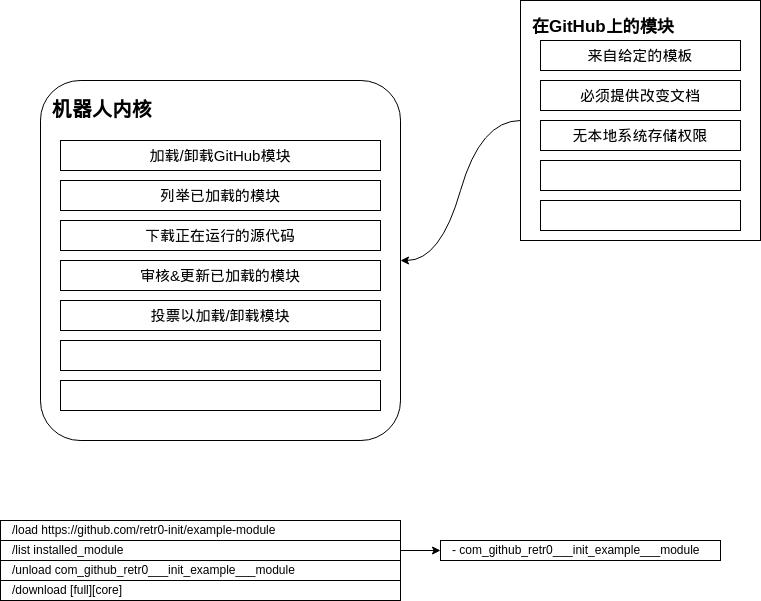
Above: discord-bot-framework.drawio.png in retr0-init/discord-bot-framework-doc (draw.io), before the change. Source tidied: cells renumbered, new cells last; positions are measured from the earlier drawing's top-left corner, leaving out a move shared by most shapes. Its diagram source:
```xml
<mxGraphModel>
  <root>
    <mxCell id="0" />
    <mxCell id="1" parent="0" />
    <mxCell id="2" value="&lt;div style=&quot;font-size: 20px;&quot;&gt;机器人内核&lt;/div&gt;" style="rounded=1;whiteSpace=wrap;html=1;align=left;verticalAlign=top;spacingLeft=10;spacingTop=10;fontSize=20;fontStyle=1;arcSize=11;" parent="1" vertex="1">
      <mxGeometry x="40" y="80" width="360" height="360" as="geometry" />
    </mxCell>
    <mxCell id="3" value="在GitHub上的模块" style="whiteSpace=wrap;html=1;align=left;verticalAlign=top;spacingLeft=10;spacingTop=10;fontSize=17;fontStyle=1;" parent="1" vertex="1">
      <mxGeometry x="520" width="240" height="240" as="geometry" />
    </mxCell>
    <mxCell id="4" value="加载/卸载GitHub模块" style="rounded=0;whiteSpace=wrap;html=1;fontSize=15;" parent="1" vertex="1">
      <mxGeometry x="60" y="140" width="320" height="30" as="geometry" />
    </mxCell>
    <mxCell id="5" value="列举已加载的模块" style="rounded=0;whiteSpace=wrap;html=1;fontSize=15;" parent="1" vertex="1">
      <mxGeometry x="60" y="180" width="320" height="30" as="geometry" />
    </mxCell>
    <mxCell id="6" value="审核&amp;amp;更新已加载的模块" style="rounded=0;whiteSpace=wrap;html=1;fontSize=15;" parent="1" vertex="1">
      <mxGeometry x="60" y="260" width="320" height="30" as="geometry" />
    </mxCell>
    <mxCell id="7" value="下载正在运行的源代码" style="rounded=0;whiteSpace=wrap;html=1;fontSize=15;" parent="1" vertex="1">
      <mxGeometry x="60" y="220" width="320" height="30" as="geometry" />
    </mxCell>
    <mxCell id="8" value="投票以加载/卸载模块" style="rounded=0;whiteSpace=wrap;html=1;fontSize=15;" parent="1" vertex="1">
      <mxGeometry x="60" y="300" width="320" height="30" as="geometry" />
    </mxCell>
    <mxCell id="9" style="rounded=0;whiteSpace=wrap;html=1;fontSize=15;" parent="1" vertex="1">
      <mxGeometry x="60" y="380" width="320" height="30" as="geometry" />
    </mxCell>
    <mxCell id="10" style="rounded=0;whiteSpace=wrap;html=1;fontSize=15;" parent="1" vertex="1">
      <mxGeometry x="60" y="340" width="320" height="30" as="geometry" />
    </mxCell>
    <mxCell id="11" value="来自给定的模板" style="rounded=0;whiteSpace=wrap;html=1;fontSize=15;" parent="1" vertex="1">
      <mxGeometry x="540" y="40" width="200" height="30" as="geometry" />
    </mxCell>
    <mxCell id="12" value="必须提供改变文档" style="rounded=0;whiteSpace=wrap;html=1;fontSize=15;" parent="1" vertex="1">
      <mxGeometry x="540" y="80" width="200" height="30" as="geometry" />
    </mxCell>
    <mxCell id="13" style="rounded=0;whiteSpace=wrap;html=1;fontSize=15;" parent="1" vertex="1">
      <mxGeometry x="540" y="160" width="200" height="30" as="geometry" />
    </mxCell>
    <mxCell id="14" value="无本地系统存储权限" style="rounded=0;whiteSpace=wrap;html=1;fontSize=15;" parent="1" vertex="1">
      <mxGeometry x="540" y="120" width="200" height="30" as="geometry" />
    </mxCell>
    <mxCell id="15" style="rounded=0;whiteSpace=wrap;html=1;fontSize=15;" parent="1" vertex="1">
      <mxGeometry x="540" y="200" width="200" height="30" as="geometry" />
    </mxCell>
    <mxCell id="16" value="/load https://github.com/retr0-init/example-module" style="rounded=0;whiteSpace=wrap;html=1;align=left;spacingLeft=10;" parent="1" vertex="1">
      <mxGeometry y="520" width="400" height="20" as="geometry" />
    </mxCell>
    <mxCell id="17" style="edgeStyle=orthogonalEdgeStyle;rounded=0;jettySize=auto;html=1;" parent="1" edge="1" source="18" target="19">
      <mxGeometry relative="1" as="geometry" />
    </mxCell>
    <mxCell id="18" value="/list installed_module" style="rounded=0;whiteSpace=wrap;html=1;align=left;spacingLeft=10;" parent="1" vertex="1">
      <mxGeometry y="540" width="400" height="20" as="geometry" />
    </mxCell>
    <mxCell id="19" value="- com_github_retr0___init_example___module" style="rounded=0;whiteSpace=wrap;html=1;align=left;spacingLeft=10;" parent="1" vertex="1">
      <mxGeometry x="440" y="540" width="280" height="20" as="geometry" />
    </mxCell>
    <mxCell id="20" value="/unload com_github_retr0___init_example___module" style="rounded=0;whiteSpace=wrap;html=1;align=left;spacingLeft=10;" parent="1" vertex="1">
      <mxGeometry y="560" width="400" height="20" as="geometry" />
    </mxCell>
    <mxCell id="21" value="/download [full][core]" style="rounded=0;whiteSpace=wrap;html=1;align=left;spacingLeft=10;" parent="1" vertex="1">
      <mxGeometry y="580" width="400" height="20" as="geometry" />
    </mxCell>
    <mxCell id="22" style="curved=1;endArrow=classic;html=1;rounded=0;entryX=1;entryY=0.5;entryDx=0;entryDy=0;exitX=0;exitY=0.5;exitDx=0;exitDy=0;" parent="1" edge="1" source="3" target="2">
      <mxGeometry relative="1" as="geometry">
        <Array as="points">
          <mxPoint x="480" y="120" />
          <mxPoint x="440" y="260" />
        </Array>
      </mxGeometry>
    </mxCell>
  </root>
</mxGraphModel>
```
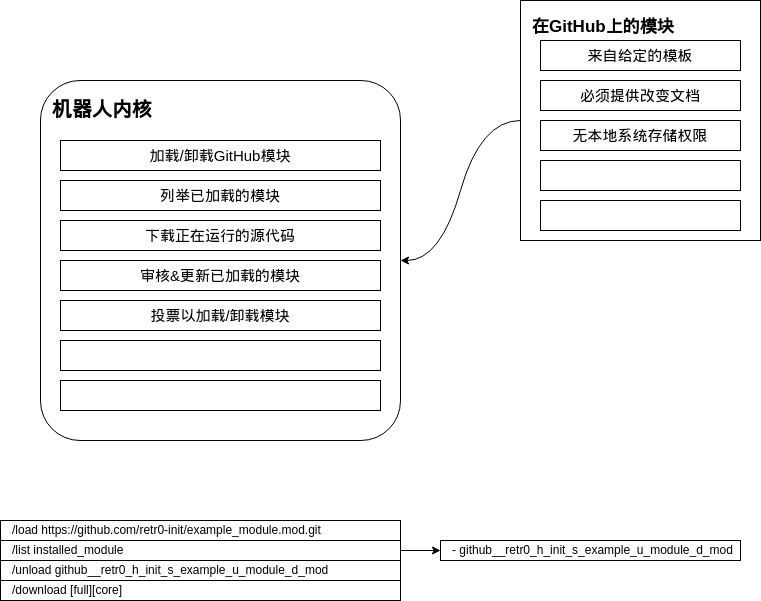
The same file after the commit.

Commit message:
git module name format update

The edit, as a diff of the source:
```diff
@@ -44,7 +44,7 @@
     <mxCell id="15" style="rounded=0;whiteSpace=wrap;html=1;fontSize=15;" parent="1" vertex="1">
       <mxGeometry x="540" y="200" width="200" height="30" as="geometry" />
     </mxCell>
-    <mxCell id="16" value="/load https://github.com/retr0-init/example-module" style="rounded=0;whiteSpace=wrap;html=1;align=left;spacingLeft=10;" parent="1" vertex="1">
+    <mxCell id="16" value="/load https://github.com/retr0-init/example_module.mod.git" style="rounded=0;whiteSpace=wrap;html=1;align=left;spacingLeft=10;" parent="1" vertex="1">
       <mxGeometry y="520" width="400" height="20" as="geometry" />
     </mxCell>
     <mxCell id="17" style="edgeStyle=orthogonalEdgeStyle;rounded=0;jettySize=auto;html=1;" parent="1" edge="1" source="18" target="19">
@@ -53,10 +53,10 @@
     <mxCell id="18" value="/list installed_module" style="rounded=0;whiteSpace=wrap;html=1;align=left;spacingLeft=10;" parent="1" vertex="1">
       <mxGeometry y="540" width="400" height="20" as="geometry" />
     </mxCell>
-    <mxCell id="19" value="- com_github_retr0___init_example___module" style="rounded=0;whiteSpace=wrap;html=1;align=left;spacingLeft=10;" parent="1" vertex="1">
-      <mxGeometry x="440" y="540" width="280" height="20" as="geometry" />
+    <mxCell id="19" value="- github__retr0_h_init_s_example_u_module_d_mod" style="rounded=0;whiteSpace=wrap;html=1;align=left;spacingLeft=10;" parent="1" vertex="1">
+      <mxGeometry x="440" y="540" width="300" height="20" as="geometry" />
     </mxCell>
-    <mxCell id="20" value="/unload com_github_retr0___init_example___module" style="rounded=0;whiteSpace=wrap;html=1;align=left;spacingLeft=10;" parent="1" vertex="1">
+    <mxCell id="20" value="/unload github__retr0_h_init_s_example_u_module_d_mod" style="rounded=0;whiteSpace=wrap;html=1;align=left;spacingLeft=10;" parent="1" vertex="1">
       <mxGeometry y="560" width="400" height="20" as="geometry" />
     </mxCell>
     <mxCell id="21" value="/download [full][core]" style="rounded=0;whiteSpace=wrap;html=1;align=left;spacingLeft=10;" parent="1" vertex="1">
```
